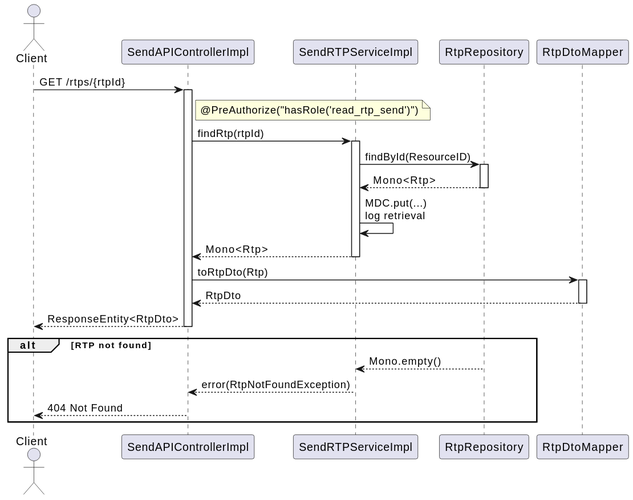
This is diagrams/findByRtp.svg from pagopa/rtp-docs, a PlantUML export, as it was before one commit.
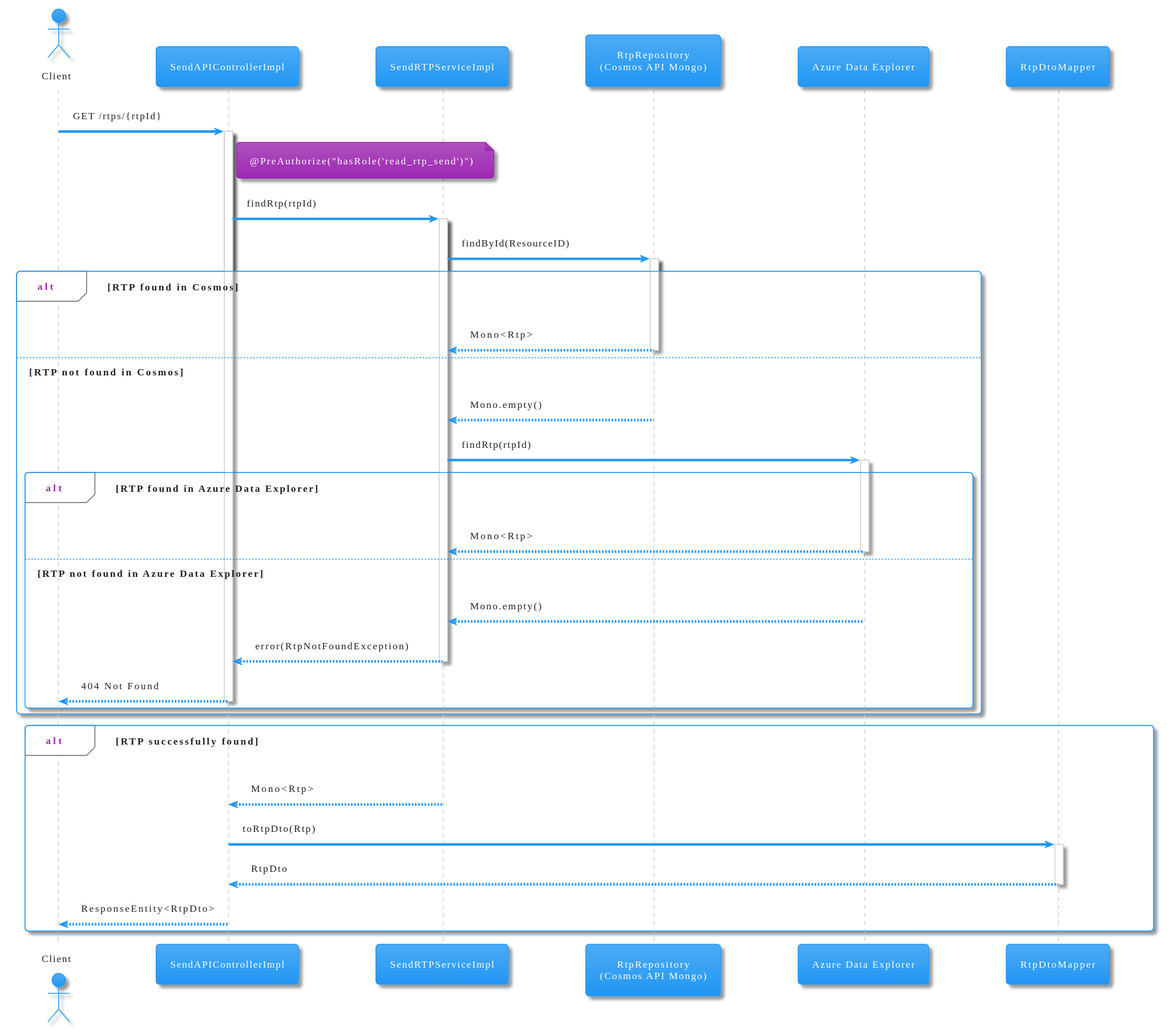
Later version of the same file.

Commit message:
feat: [SRTP-1674] update dr azure data explorer (#41)

Diff of the diagram source:
```diff
@@ -1,8 +1,11 @@
 @startuml
+!theme materia
+
 actor "Client" as Client
 participant "SendAPIControllerImpl" as Controller
 participant "SendRTPServiceImpl" as Service
-participant "RtpRepository" as Repository
+participant "RtpRepository\n(Cosmos API Mongo)" as Repository
+participant "Azure Data Explorer" as ADX
 participant "RtpDtoMapper" as Mapper
 
 Client -> Controller : GET /rtps/{rtpId}
@@ -14,24 +17,44 @@
 
 Service -> Repository : findById(ResourceID)
 activate Repository
-Repository --> Service : Mono<Rtp>
-deactivate Repository
 
-Service -> Service : MDC.put(...)\nlog retrieval
-Service --> Controller : Mono<Rtp>
-deactivate Service
+alt RTP found in Cosmos
+    Repository --> Service : Mono<Rtp>
+    deactivate Repository
 
-Controller -> Mapper : toRtpDto(Rtp)
-activate Mapper
-Mapper --> Controller : RtpDto
-deactivate Mapper
+else RTP not found in Cosmos
+    Repository --> Service : Mono.empty()
+    deactivate Repository
 
-Controller --> Client : ResponseEntity<RtpDto>
-deactivate Controller
+    Service -> ADX : findRtp(rtpId)
+    activate ADX
 
-alt RTP not found
-    Repository --> Service : Mono.empty()
-    Service --> Controller : error(RtpNotFoundException)
-    Controller --> Client : 404 Not Found
+    alt RTP found in Azure Data Explorer
+        ADX --> Service : Mono<Rtp>
+        deactivate ADX
+
+    else RTP not found in Azure Data Explorer
+        ADX --> Service : Mono.empty()
+        deactivate ADX
+
+        Service --> Controller : error(RtpNotFoundException)
+        deactivate Service
+
+        Controller --> Client : 404 Not Found
+        deactivate Controller
+    end
+end
+
+alt RTP successfully found
+    Service --> Controller : Mono<Rtp>
+    deactivate Service
+
+    Controller -> Mapper : toRtpDto(Rtp)
+    activate Mapper
+    Mapper --> Controller : RtpDto
+    deactivate Mapper
+
+    Controller --> Client : ResponseEntity<RtpDto>
+    deactivate Controller
 end
 @enduml
```
